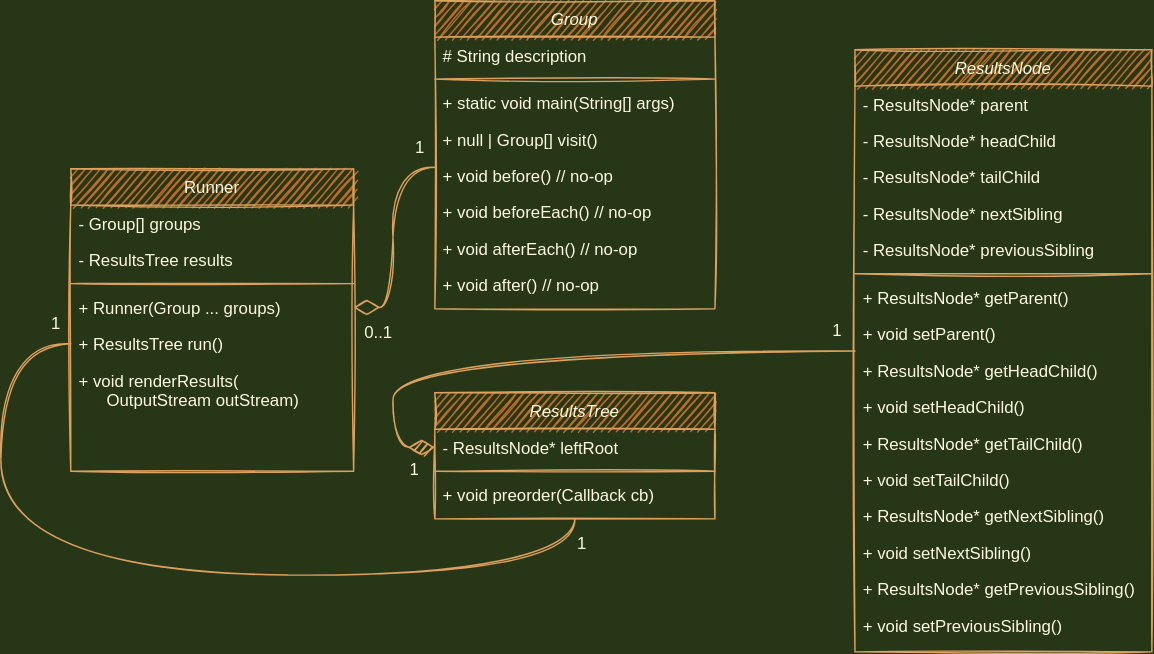
The draw.io diagram uml.drawio.svg in andrew-chang-dewitt/jspec, before a commit. Source tidied: cells renumbered, new cells last; positions are measured from the earlier drawing's top-left corner, leaving out a move shared by most shapes. Its diagram source:
```xml
<mxGraphModel background="#283618">
  <root>
    <mxCell id="0" />
    <mxCell id="1" parent="0" />
    <mxCell id="2" style="edgeStyle=orthogonalEdgeStyle;rounded=0;jettySize=auto;html=1;startArrow=none;startFill=0;endArrow=diamondThin;endFill=0;startSize=16;endSize=16;targetPerimeterSpacing=0;strokeWidth=1;labelBackgroundColor=#283618;strokeColor=#DDA15E;fontColor=#FEFAE0;entryX=1;entryY=0.5;entryDx=0;entryDy=0;curved=1;sketch=1;" parent="1" edge="1" source="3" target="16">
      <mxGeometry relative="1" as="geometry">
        <Array as="points">
          <mxPoint x="280" y="119" />
          <mxPoint x="280" y="219" />
        </Array>
      </mxGeometry>
    </mxCell>
    <mxCell id="3" value="Group" style="swimlane;fontStyle=2;align=center;verticalAlign=top;horizontal=1;startSize=26;rounded=0;shadow=0;strokeWidth=1;fillColor=#BC6C25;strokeColor=#DDA15E;fontColor=#FEFAE0;sketch=1;" parent="1" vertex="1">
      <mxGeometry x="310" width="200" height="220" as="geometry" />
    </mxCell>
    <mxCell id="4" value="# String description" style="text;align=left;verticalAlign=top;spacingLeft=4;spacingRight=4;overflow=hidden;rounded=0;fontColor=#FEFAE0;sketch=1;" parent="3" vertex="1">
      <mxGeometry y="26" width="200" height="26" as="geometry" />
    </mxCell>
    <mxCell id="5" style="line;html=1;strokeWidth=1;align=left;verticalAlign=middle;spacingTop=-1;spacingLeft=3;spacingRight=3;labelPosition=right;rounded=0;labelBackgroundColor=#283618;fillColor=#BC6C25;strokeColor=#DDA15E;fontColor=#FEFAE0;sketch=1;" parent="3" vertex="1">
      <mxGeometry y="52" width="200" height="8" as="geometry" />
    </mxCell>
    <mxCell id="6" value="+ static void main(String[] args)" style="text;align=left;verticalAlign=top;spacingLeft=4;spacingRight=4;overflow=hidden;rounded=0;fontColor=#FEFAE0;sketch=1;" parent="3" vertex="1">
      <mxGeometry y="60" width="200" height="26" as="geometry" />
    </mxCell>
    <mxCell id="7" value="+ null | Group[] visit()" style="text;align=left;verticalAlign=top;spacingLeft=4;spacingRight=4;overflow=hidden;rounded=0;fontColor=#FEFAE0;sketch=1;" parent="3" vertex="1">
      <mxGeometry y="86" width="200" height="26" as="geometry" />
    </mxCell>
    <mxCell id="8" value="+ void before() // no-op" style="text;align=left;verticalAlign=top;spacingLeft=4;spacingRight=4;overflow=hidden;rounded=0;fontColor=#FEFAE0;sketch=1;" parent="3" vertex="1">
      <mxGeometry y="112" width="200" height="26" as="geometry" />
    </mxCell>
    <mxCell id="9" value="+ void beforeEach() // no-op" style="text;align=left;verticalAlign=top;spacingLeft=4;spacingRight=4;overflow=hidden;rounded=0;fontColor=#FEFAE0;sketch=1;" parent="3" vertex="1">
      <mxGeometry y="138" width="200" height="26" as="geometry" />
    </mxCell>
    <mxCell id="10" value="+ void afterEach() // no-op" style="text;align=left;verticalAlign=top;spacingLeft=4;spacingRight=4;overflow=hidden;rounded=0;fontColor=#FEFAE0;sketch=1;" parent="3" vertex="1">
      <mxGeometry y="164" width="200" height="26" as="geometry" />
    </mxCell>
    <mxCell id="11" value="+ void after() // no-op" style="text;align=left;verticalAlign=top;spacingLeft=4;spacingRight=4;overflow=hidden;rounded=0;fontColor=#FEFAE0;sketch=1;" parent="3" vertex="1">
      <mxGeometry y="190" width="200" height="26" as="geometry" />
    </mxCell>
    <mxCell id="12" value="Runner" style="swimlane;fontStyle=0;align=center;verticalAlign=top;horizontal=1;startSize=26;rounded=0;shadow=0;strokeWidth=1;fillColor=#BC6C25;strokeColor=#DDA15E;fontColor=#FEFAE0;sketch=1;" parent="1" vertex="1">
      <mxGeometry x="50" y="120" width="202" height="216" as="geometry" />
    </mxCell>
    <mxCell id="13" value="- Group[] groups" style="text;align=left;verticalAlign=top;spacingLeft=4;spacingRight=4;overflow=hidden;rounded=0;fontColor=#FEFAE0;sketch=1;" parent="12" vertex="1">
      <mxGeometry y="26" width="202" height="26" as="geometry" />
    </mxCell>
    <mxCell id="14" value="- ResultsTree results" style="text;align=left;verticalAlign=top;spacingLeft=4;spacingRight=4;overflow=hidden;rounded=0;fontColor=#FEFAE0;sketch=1;" parent="12" vertex="1">
      <mxGeometry y="52" width="202" height="26" as="geometry" />
    </mxCell>
    <mxCell id="15" style="line;html=1;strokeWidth=1;align=left;verticalAlign=middle;spacingTop=-1;spacingLeft=3;spacingRight=3;labelPosition=right;rounded=0;labelBackgroundColor=#283618;fillColor=#BC6C25;strokeColor=#DDA15E;fontColor=#FEFAE0;sketch=1;" parent="12" vertex="1">
      <mxGeometry y="78" width="202" height="8" as="geometry" />
    </mxCell>
    <mxCell id="16" value="+ Runner(Group ... groups)" style="text;align=left;verticalAlign=top;spacingLeft=4;spacingRight=4;overflow=hidden;points=[[0,0.5],[1,0.5]];portConstraint=eastwest;rounded=0;fontColor=#FEFAE0;sketch=1;" parent="12" vertex="1">
      <mxGeometry y="86" width="202" height="26" as="geometry" />
    </mxCell>
    <mxCell id="17" value="+ ResultsTree run()" style="text;align=left;verticalAlign=top;spacingLeft=4;spacingRight=4;overflow=hidden;points=[[0,0.5],[1,0.5]];portConstraint=eastwest;rounded=0;fontColor=#FEFAE0;sketch=1;" parent="12" vertex="1">
      <mxGeometry y="112" width="202" height="26" as="geometry" />
    </mxCell>
    <mxCell id="18" value="+ void renderResults(&#10;      OutputStream outStream)" style="text;align=left;verticalAlign=top;spacingLeft=4;spacingRight=4;overflow=hidden;rounded=0;fontColor=#FEFAE0;sketch=1;" parent="12" vertex="1">
      <mxGeometry y="138" width="202" height="42" as="geometry" />
    </mxCell>
    <mxCell id="19" value="0..1" style="text;html=1;align=left;verticalAlign=middle;strokeColor=none;fillColor=none;rounded=0;fontColor=#FEFAE0;sketch=1;" parent="1" vertex="1">
      <mxGeometry x="258" y="227" width="40" height="20" as="geometry" />
    </mxCell>
    <mxCell id="20" value="1" style="text;html=1;align=right;verticalAlign=middle;strokeColor=none;fillColor=none;rounded=0;fontColor=#FEFAE0;sketch=1;" parent="1" vertex="1">
      <mxGeometry x="280" y="325" width="20" height="20" as="geometry" />
    </mxCell>
    <mxCell id="21" style="edgeStyle=orthogonalEdgeStyle;rounded=0;jettySize=auto;html=1;endArrow=none;endFill=0;endSize=16;targetPerimeterSpacing=0;strokeWidth=1;labelBackgroundColor=#283618;strokeColor=#DDA15E;fontColor=#FEFAE0;entryX=0;entryY=0.5;entryDx=0;entryDy=0;exitX=0.5;exitY=1;exitDx=0;exitDy=0;curved=1;sketch=1;" parent="1" edge="1" source="22" target="17">
      <mxGeometry relative="1" as="geometry">
        <Array as="points">
          <mxPoint x="410" y="410" />
          <mxPoint y="410" />
          <mxPoint y="245" />
        </Array>
      </mxGeometry>
    </mxCell>
    <mxCell id="22" value="ResultsTree" style="swimlane;fontStyle=2;align=center;verticalAlign=top;horizontal=1;startSize=26;rounded=0;shadow=0;strokeWidth=1;fillColor=#BC6C25;strokeColor=#DDA15E;fontColor=#FEFAE0;sketch=1;" parent="1" vertex="1">
      <mxGeometry x="310" y="280" width="200" height="90" as="geometry" />
    </mxCell>
    <mxCell id="23" value="- ResultsNode* leftRoot" style="text;align=left;verticalAlign=top;spacingLeft=4;spacingRight=4;overflow=hidden;points=[[0,0.5],[1,0.5]];portConstraint=eastwest;rounded=0;fontColor=#FEFAE0;sketch=1;" parent="22" vertex="1">
      <mxGeometry y="26" width="200" height="26" as="geometry" />
    </mxCell>
    <mxCell id="24" style="line;html=1;strokeWidth=1;align=left;verticalAlign=middle;spacingTop=-1;spacingLeft=3;spacingRight=3;labelPosition=right;rounded=0;labelBackgroundColor=#283618;fillColor=#BC6C25;strokeColor=#DDA15E;fontColor=#FEFAE0;sketch=1;" parent="22" vertex="1">
      <mxGeometry y="52" width="200" height="8" as="geometry" />
    </mxCell>
    <mxCell id="25" value="+ void preorder(Callback cb)" style="text;align=left;verticalAlign=top;spacingLeft=4;spacingRight=4;overflow=hidden;rounded=0;fontColor=#FEFAE0;sketch=1;" parent="22" vertex="1">
      <mxGeometry y="60" width="200" height="26" as="geometry" />
    </mxCell>
    <mxCell id="26" value="1" style="text;html=1;align=right;verticalAlign=middle;strokeColor=none;fillColor=none;rounded=0;fontColor=#FEFAE0;sketch=1;" parent="1" vertex="1">
      <mxGeometry x="284" y="95" width="20" height="20" as="geometry" />
    </mxCell>
    <mxCell id="27" value="1" style="text;html=1;align=right;verticalAlign=middle;strokeColor=none;fillColor=none;rounded=0;fontColor=#FEFAE0;sketch=1;" parent="1" vertex="1">
      <mxGeometry x="24" y="221" width="20" height="20" as="geometry" />
    </mxCell>
    <mxCell id="28" style="edgeStyle=orthogonalEdgeStyle;rounded=0;jettySize=auto;html=1;entryX=0;entryY=0.5;entryDx=0;entryDy=0;endArrow=diamondThin;endFill=1;endSize=16;targetPerimeterSpacing=0;strokeWidth=1;startArrow=none;startFill=0;startSize=16;labelBackgroundColor=#283618;strokeColor=#DDA15E;fontColor=#FEFAE0;curved=1;sketch=1;" parent="1" edge="1" source="29" target="23">
      <mxGeometry relative="1" as="geometry" />
    </mxCell>
    <mxCell id="29" value="ResultsNode" style="swimlane;fontStyle=2;align=center;verticalAlign=top;horizontal=1;startSize=26;rounded=0;shadow=0;strokeWidth=1;fillColor=#BC6C25;strokeColor=#DDA15E;fontColor=#FEFAE0;sketch=1;" parent="1" vertex="1">
      <mxGeometry x="610" y="35" width="212" height="430" as="geometry" />
    </mxCell>
    <mxCell id="30" value="- ResultsNode* parent" style="text;align=left;verticalAlign=top;spacingLeft=4;spacingRight=4;overflow=hidden;rounded=0;fontColor=#FEFAE0;sketch=1;" parent="29" vertex="1">
      <mxGeometry y="26" width="212" height="26" as="geometry" />
    </mxCell>
    <mxCell id="31" value="- ResultsNode* headChild" style="text;align=left;verticalAlign=top;spacingLeft=4;spacingRight=4;overflow=hidden;rounded=0;fontColor=#FEFAE0;sketch=1;" parent="29" vertex="1">
      <mxGeometry y="52" width="212" height="26" as="geometry" />
    </mxCell>
    <mxCell id="32" value="- ResultsNode* tailChild" style="text;align=left;verticalAlign=top;spacingLeft=4;spacingRight=4;overflow=hidden;rounded=0;fontColor=#FEFAE0;sketch=1;" parent="29" vertex="1">
      <mxGeometry y="78" width="212" height="26" as="geometry" />
    </mxCell>
    <mxCell id="33" value="- ResultsNode* nextSibling" style="text;align=left;verticalAlign=top;spacingLeft=4;spacingRight=4;overflow=hidden;rounded=0;fontColor=#FEFAE0;sketch=1;" parent="29" vertex="1">
      <mxGeometry y="104" width="212" height="26" as="geometry" />
    </mxCell>
    <mxCell id="34" value="- ResultsNode* previousSibling" style="text;align=left;verticalAlign=top;spacingLeft=4;spacingRight=4;overflow=hidden;rounded=0;fontColor=#FEFAE0;sketch=1;" parent="29" vertex="1">
      <mxGeometry y="130" width="212" height="26" as="geometry" />
    </mxCell>
    <mxCell id="35" style="line;html=1;strokeWidth=1;align=left;verticalAlign=middle;spacingTop=-1;spacingLeft=3;spacingRight=3;labelPosition=right;rounded=0;labelBackgroundColor=#283618;fillColor=#BC6C25;strokeColor=#DDA15E;fontColor=#FEFAE0;sketch=1;" parent="29" vertex="1">
      <mxGeometry y="156" width="212" height="8" as="geometry" />
    </mxCell>
    <mxCell id="36" value="+ ResultsNode* getParent()" style="text;align=left;verticalAlign=top;spacingLeft=4;spacingRight=4;overflow=hidden;rounded=0;fontColor=#FEFAE0;sketch=1;" parent="29" vertex="1">
      <mxGeometry y="164" width="212" height="26" as="geometry" />
    </mxCell>
    <mxCell id="37" value="+ void setParent()" style="text;align=left;verticalAlign=top;spacingLeft=4;spacingRight=4;overflow=hidden;rounded=0;fontColor=#FEFAE0;sketch=1;" parent="29" vertex="1">
      <mxGeometry y="190" width="212" height="26" as="geometry" />
    </mxCell>
    <mxCell id="38" value="+ ResultsNode* getHeadChild()" style="text;align=left;verticalAlign=top;spacingLeft=4;spacingRight=4;overflow=hidden;rounded=0;fontColor=#FEFAE0;sketch=1;" parent="29" vertex="1">
      <mxGeometry y="216" width="212" height="26" as="geometry" />
    </mxCell>
    <mxCell id="39" value="+ void setHeadChild()" style="text;align=left;verticalAlign=top;spacingLeft=4;spacingRight=4;overflow=hidden;rounded=0;fontColor=#FEFAE0;sketch=1;" parent="29" vertex="1">
      <mxGeometry y="242" width="212" height="26" as="geometry" />
    </mxCell>
    <mxCell id="40" value="+ ResultsNode* getTailChild()" style="text;align=left;verticalAlign=top;spacingLeft=4;spacingRight=4;overflow=hidden;rounded=0;fontColor=#FEFAE0;sketch=1;" parent="29" vertex="1">
      <mxGeometry y="268" width="212" height="26" as="geometry" />
    </mxCell>
    <mxCell id="41" value="+ void setTailChild()" style="text;align=left;verticalAlign=top;spacingLeft=4;spacingRight=4;overflow=hidden;rounded=0;fontColor=#FEFAE0;sketch=1;" parent="29" vertex="1">
      <mxGeometry y="294" width="212" height="26" as="geometry" />
    </mxCell>
    <mxCell id="42" value="+ ResultsNode* getNextSibling()" style="text;align=left;verticalAlign=top;spacingLeft=4;spacingRight=4;overflow=hidden;rounded=0;fontColor=#FEFAE0;sketch=1;" parent="29" vertex="1">
      <mxGeometry y="320" width="212" height="26" as="geometry" />
    </mxCell>
    <mxCell id="43" value="+ void setNextSibling()" style="text;align=left;verticalAlign=top;spacingLeft=4;spacingRight=4;overflow=hidden;rounded=0;fontColor=#FEFAE0;sketch=1;" parent="29" vertex="1">
      <mxGeometry y="346" width="212" height="26" as="geometry" />
    </mxCell>
    <mxCell id="44" value="+ ResultsNode* getPreviousSibling()" style="text;align=left;verticalAlign=top;spacingLeft=4;spacingRight=4;overflow=hidden;rounded=0;fontColor=#FEFAE0;sketch=1;" parent="29" vertex="1">
      <mxGeometry y="372" width="212" height="26" as="geometry" />
    </mxCell>
    <mxCell id="45" value="+ void setPreviousSibling()" style="text;align=left;verticalAlign=top;spacingLeft=4;spacingRight=4;overflow=hidden;rounded=0;fontColor=#FEFAE0;sketch=1;" parent="29" vertex="1">
      <mxGeometry y="398" width="212" height="26" as="geometry" />
    </mxCell>
    <mxCell id="46" value="1" style="text;html=1;align=left;verticalAlign=middle;strokeColor=none;fillColor=none;rounded=0;fontColor=#FEFAE0;sketch=1;" parent="1" vertex="1">
      <mxGeometry x="410" y="378" width="20" height="20" as="geometry" />
    </mxCell>
    <mxCell id="47" value="1" style="text;html=1;align=right;verticalAlign=middle;strokeColor=none;fillColor=none;rounded=0;fontColor=#FEFAE0;sketch=1;" parent="1" vertex="1">
      <mxGeometry x="582" y="226" width="20" height="20" as="geometry" />
    </mxCell>
  </root>
</mxGraphModel>
```
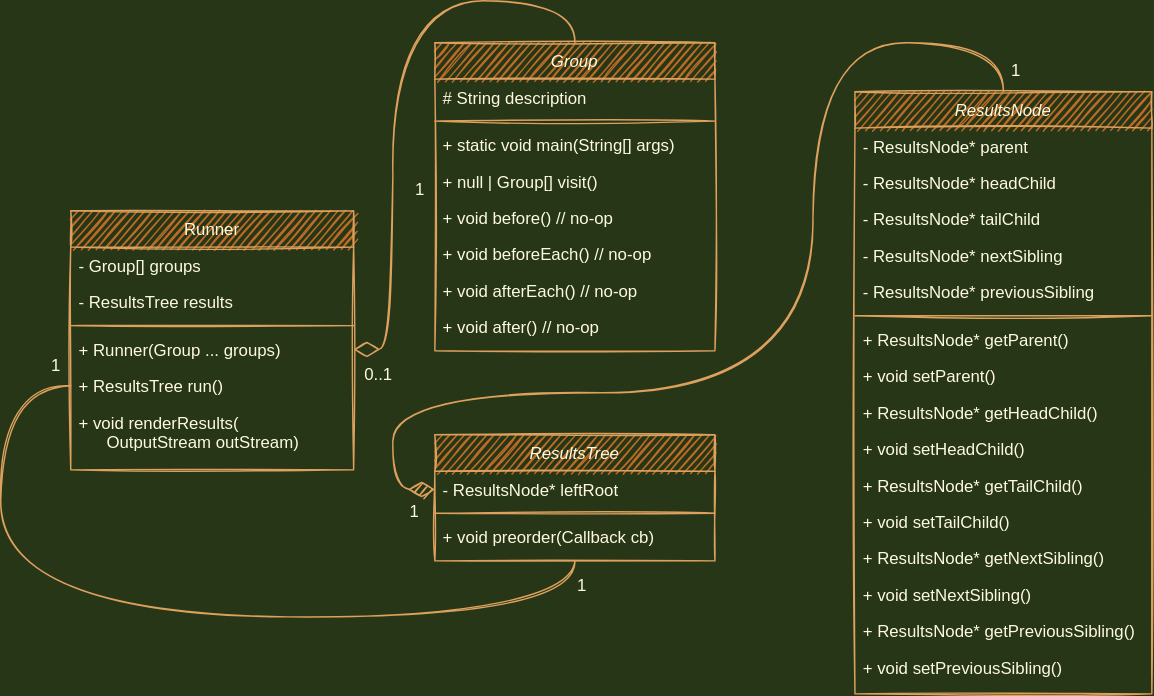
After the change.

The edit, as a diff of the source:
```diff
@@ -2,10 +2,11 @@
   <root>
     <mxCell id="0" />
     <mxCell id="1" parent="0" />
-    <mxCell id="2" style="edgeStyle=orthogonalEdgeStyle;rounded=0;jettySize=auto;html=1;startArrow=none;startFill=0;endArrow=diamondThin;endFill=0;startSize=16;endSize=16;targetPerimeterSpacing=0;strokeWidth=1;labelBackgroundColor=#283618;strokeColor=#DDA15E;fontColor=#FEFAE0;entryX=1;entryY=0.5;entryDx=0;entryDy=0;curved=1;sketch=1;" parent="1" edge="1" source="3" target="16">
+    <mxCell id="2" style="edgeStyle=orthogonalEdgeStyle;rounded=0;jettySize=auto;html=1;startArrow=none;startFill=0;endArrow=diamondThin;endFill=0;startSize=16;endSize=16;targetPerimeterSpacing=0;strokeWidth=1;labelBackgroundColor=#283618;strokeColor=#DDA15E;fontColor=#FEFAE0;entryX=1;entryY=0.5;entryDx=0;entryDy=0;curved=1;sketch=1;exitX=0.5;exitY=0;exitDx=0;exitDy=0;" parent="1" edge="1" source="3" target="16">
       <mxGeometry relative="1" as="geometry">
         <Array as="points">
-          <mxPoint x="280" y="119" />
+          <mxPoint x="410" y="-30" />
+          <mxPoint x="280" y="-30" />
           <mxPoint x="280" y="219" />
         </Array>
       </mxGeometry>
@@ -38,7 +39,7 @@
       <mxGeometry y="190" width="200" height="26" as="geometry" />
     </mxCell>
     <mxCell id="12" value="Runner" style="swimlane;fontStyle=0;align=center;verticalAlign=top;horizontal=1;startSize=26;rounded=0;shadow=0;strokeWidth=1;fillColor=#BC6C25;strokeColor=#DDA15E;fontColor=#FEFAE0;sketch=1;" parent="1" vertex="1">
-      <mxGeometry x="50" y="120" width="202" height="216" as="geometry" />
+      <mxGeometry x="50" y="120" width="202" height="185" as="geometry" />
     </mxCell>
     <mxCell id="13" value="- Group[] groups" style="text;align=left;verticalAlign=top;spacingLeft=4;spacingRight=4;overflow=hidden;rounded=0;fontColor=#FEFAE0;sketch=1;" parent="12" vertex="1">
       <mxGeometry y="26" width="202" height="26" as="geometry" />
@@ -91,8 +92,16 @@
     <mxCell id="27" value="1" style="text;html=1;align=right;verticalAlign=middle;strokeColor=none;fillColor=none;rounded=0;fontColor=#FEFAE0;sketch=1;" parent="1" vertex="1">
       <mxGeometry x="24" y="221" width="20" height="20" as="geometry" />
     </mxCell>
-    <mxCell id="28" style="edgeStyle=orthogonalEdgeStyle;rounded=0;jettySize=auto;html=1;entryX=0;entryY=0.5;entryDx=0;entryDy=0;endArrow=diamondThin;endFill=1;endSize=16;targetPerimeterSpacing=0;strokeWidth=1;startArrow=none;startFill=0;startSize=16;labelBackgroundColor=#283618;strokeColor=#DDA15E;fontColor=#FEFAE0;curved=1;sketch=1;" parent="1" edge="1" source="29" target="23">
-      <mxGeometry relative="1" as="geometry" />
+    <mxCell id="28" style="edgeStyle=orthogonalEdgeStyle;rounded=0;jettySize=auto;html=1;entryX=0;entryY=0.5;entryDx=0;entryDy=0;endArrow=diamondThin;endFill=1;endSize=16;targetPerimeterSpacing=0;strokeWidth=1;startArrow=none;startFill=0;startSize=16;labelBackgroundColor=#283618;strokeColor=#DDA15E;fontColor=#FEFAE0;curved=1;sketch=1;exitX=0.5;exitY=0;exitDx=0;exitDy=0;" parent="1" edge="1" source="29" target="23">
+      <mxGeometry relative="1" as="geometry">
+        <Array as="points">
+          <mxPoint x="716" />
+          <mxPoint x="580" />
+          <mxPoint x="580" y="250" />
+          <mxPoint x="280" y="250" />
+          <mxPoint x="280" y="319" />
+        </Array>
+      </mxGeometry>
     </mxCell>
     <mxCell id="29" value="ResultsNode" style="swimlane;fontStyle=2;align=center;verticalAlign=top;horizontal=1;startSize=26;rounded=0;shadow=0;strokeWidth=1;fillColor=#BC6C25;strokeColor=#DDA15E;fontColor=#FEFAE0;sketch=1;" parent="1" vertex="1">
       <mxGeometry x="610" y="35" width="212" height="430" as="geometry" />
@@ -148,8 +157,8 @@
     <mxCell id="46" value="1" style="text;html=1;align=left;verticalAlign=middle;strokeColor=none;fillColor=none;rounded=0;fontColor=#FEFAE0;sketch=1;" parent="1" vertex="1">
       <mxGeometry x="410" y="378" width="20" height="20" as="geometry" />
     </mxCell>
-    <mxCell id="47" value="1" style="text;html=1;align=right;verticalAlign=middle;strokeColor=none;fillColor=none;rounded=0;fontColor=#FEFAE0;sketch=1;" parent="1" vertex="1">
-      <mxGeometry x="582" y="226" width="20" height="20" as="geometry" />
+    <mxCell id="47" value="1" style="text;html=1;align=left;verticalAlign=middle;strokeColor=none;fillColor=none;rounded=0;fontColor=#FEFAE0;sketch=1;" parent="1" vertex="1">
+      <mxGeometry x="720" y="10" width="20" height="20" as="geometry" />
     </mxCell>
   </root>
 </mxGraphModel>
```
